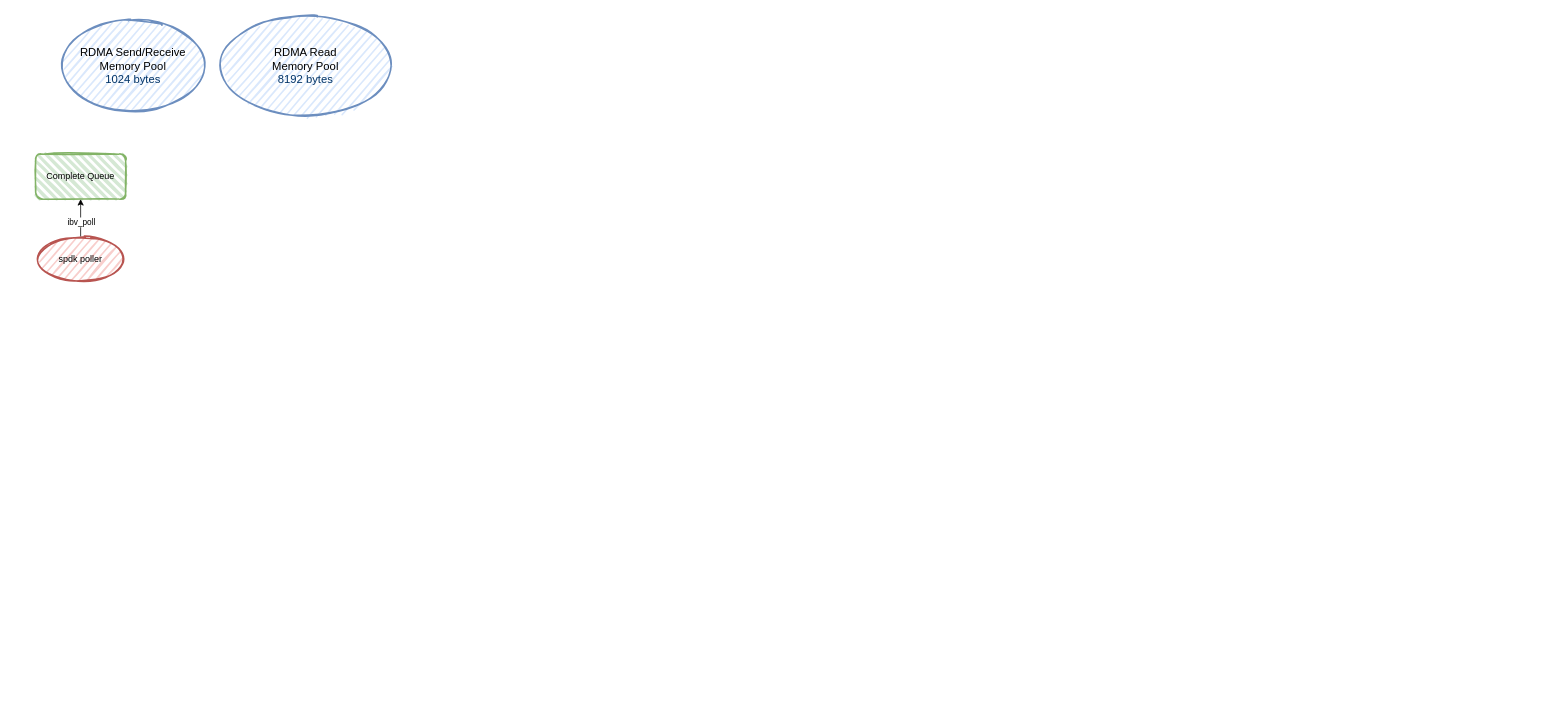
Before: 未命名绘图.drawio in bigwhite37/dhelper, a draw.io diagram. Source tidied: cells renumbered, new cells numbered last; positions are measured from the earlier drawing's top-left corner, leaving out a move shared by most shapes. Both pictures are drawn from the tidied source at 75%, with x=0, y=0 at pixel (35, 13).
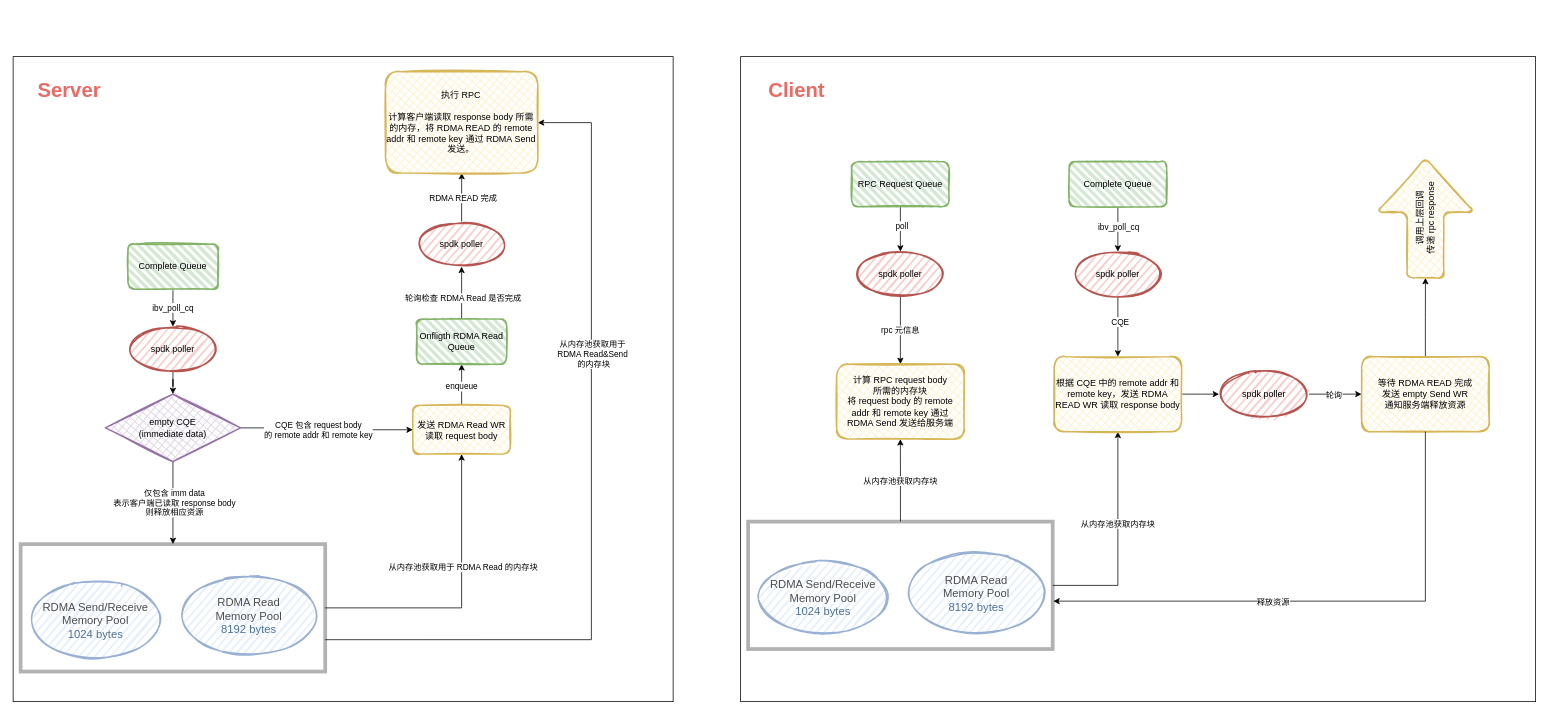
Above is the later version.

Commit message:
更新未命名绘图.drawio

What changed in the source:
```diff
@@
+    <mxCell id="8" style="edgeStyle=orthogonalEdgeStyle;rounded=0;jettySize=auto;html=1;" parent="1" edge="1" source="2" target="7">
+      <mxGeometry relative="1" as="geometry" />
+    </mxCell>
+    <mxCell id="9" value="ibv_poll_cq" style="edgeLabel;html=1;align=center;verticalAlign=middle;" parent="8" vertex="1">
+      <mxGeometry x="-0.04" y="-1" relative="1" as="geometry" />
+    </mxCell>
     <mxCell id="2" value="Complete Queue" style="rounded=1;whiteSpace=wrap;html=1;strokeWidth=2;fillWeight=4;hachureGap=8;hachureAngle=45;fillColor=#d5e8d4;sketch=1;strokeColor=#82b366;" parent="1" vertex="1">
-      <mxGeometry y="188" width="120" height="60" as="geometry" />
+      <mxGeometry x="123.1" y="308" width="120" height="60" as="geometry" />
     </mxCell>
     <mxCell id="3" value="&lt;font style=&quot;font-size: 15px;&quot;&gt;RDMA Send/Receive&lt;br&gt;Memory Pool&lt;br&gt;&lt;font color=&quot;#003366&quot;&gt;1024 bytes&lt;/font&gt;&lt;br&gt;&lt;/font&gt;" style="ellipse;whiteSpace=wrap;html=1;strokeWidth=2;fillWeight=2;hachureGap=8;fillStyle=dots;sketch=1;fillColor=#dae8fc;strokeColor=#6c8ebf;" parent="1" vertex="1">
-      <mxGeometry x="30" y="11.9" width="200" height="116.1" as="geometry" />
+      <mxGeometry x="-10" y="759.5" width="180" height="98.4" as="geometry" />
     </mxCell>
     <mxCell id="4" value="&lt;font style=&quot;font-size: 15px;&quot;&gt;RDMA Read&lt;br&gt;Memory Pool&lt;br&gt;&lt;font color=&quot;#003366&quot;&gt;8192 bytes&lt;/font&gt;&lt;br&gt;&lt;/font&gt;" style="ellipse;whiteSpace=wrap;html=1;strokeWidth=2;fillWeight=2;hachureGap=8;fillStyle=dots;sketch=1;fillColor=#dae8fc;strokeColor=#6c8ebf;shadow=0;" parent="1" vertex="1">
-      <mxGeometry x="240" y="0.3" width="240" height="139.3" as="geometry" />
+      <mxGeometry x="190" y="747.9" width="189.4" height="110" as="geometry" />
     </mxCell>
-    <mxCell id="5" style="edgeStyle=orthogonalEdgeStyle;rounded=0;jettySize=auto;html=1;" parent="1" edge="1" source="7" target="2">
-      <mxGeometry relative="1" as="geometry" />
-    </mxCell>
-    <mxCell id="6" value="ibv_poll" style="edgeLabel;html=1;align=center;verticalAlign=middle;" parent="5" vertex="1">
-      <mxGeometry x="0.44" y="-2" relative="1" as="geometry">
-        <mxPoint x="-2" y="16" as="offset" />
-      </mxGeometry>
-    </mxCell>
+    <mxCell id="10" style="edgeStyle=orthogonalEdgeStyle;rounded=0;jettySize=auto;html=1;" parent="1" edge="1" source="7" target="15">
+      <mxGeometry relative="1" as="geometry" />
+    </mxCell>
     <mxCell id="7" value="spdk poller" style="ellipse;whiteSpace=wrap;html=1;strokeWidth=2;fillWeight=2;hachureGap=8;fillColor=#f8cecc;fillStyle=dots;sketch=1;strokeColor=#b85450;" parent="1" vertex="1">
-      <mxGeometry y="298" width="120" height="60" as="geometry" />
+      <mxGeometry x="123.1" y="418" width="120" height="60" as="geometry" />
     </mxCell>
+    <mxCell id="11" style="edgeStyle=orthogonalEdgeStyle;rounded=0;jettySize=auto;html=1;" parent="1" edge="1" source="15" target="20">
+      <mxGeometry relative="1" as="geometry" />
+    </mxCell>
+    <mxCell id="12" value="仅包含 imm data&lt;br&gt;表示客户端已读取 response body&lt;br&gt;则释放相应资源" style="edgeLabel;html=1;align=center;verticalAlign=middle;" parent="11" vertex="1">
+      <mxGeometry x="-0.02" y="1" relative="1" as="geometry" />
+    </mxCell>
+    <mxCell id="13" style="edgeStyle=orthogonalEdgeStyle;rounded=0;jettySize=auto;html=1;" parent="1" edge="1" source="15" target="23">
+      <mxGeometry relative="1" as="geometry" />
+    </mxCell>
+    <mxCell id="14" value="CQE 包含 request body&lt;br&gt;的 remote addr 和 remote key" style="edgeLabel;html=1;align=center;verticalAlign=middle;" parent="13" vertex="1">
+      <mxGeometry x="-0.11" y="-2" relative="1" as="geometry" />
+    </mxCell>
+    <mxCell id="15" value="empty CQE&lt;br&gt;(immediate data)" style="rhombus;whiteSpace=wrap;html=1;strokeWidth=2;fillWeight=-1;hachureGap=8;fillStyle=cross-hatch;fillColor=#e1d5e7;sketch=1;strokeColor=#9673a6;" parent="1" vertex="1">
+      <mxGeometry x="93.1" y="508" width="180" height="90" as="geometry" />
+    </mxCell>
+    <mxCell id="16" style="edgeStyle=orthogonalEdgeStyle;rounded=0;jettySize=auto;html=1;" parent="1" edge="1" source="20" target="23">
+      <mxGeometry relative="1" as="geometry" />
+    </mxCell>
+    <mxCell id="17" value="从内存池获取用于 RDMA Read 的内存块" style="edgeLabel;html=1;align=center;verticalAlign=middle;" parent="16" vertex="1">
+      <mxGeometry x="0.22" y="-1" relative="1" as="geometry" />
+    </mxCell>
+    <mxCell id="18" style="edgeStyle=orthogonalEdgeStyle;rounded=0;jettySize=auto;html=1;exitX=1;exitY=0.75;exitDx=0;exitDy=0;" parent="1" edge="1" source="20" target="43">
+      <mxGeometry relative="1" as="geometry">
+        <Array as="points">
+          <mxPoint x="741" y="835" />
+          <mxPoint x="741" y="146" />
+        </Array>
+      </mxGeometry>
+    </mxCell>
+    <mxCell id="19" value="从内存池获取用于&amp;nbsp;&lt;br style=&quot;border-color: var(--border-color);&quot;&gt;RDMA Read&amp;amp;Send&amp;nbsp;&lt;br style=&quot;border-color: var(--border-color);&quot;&gt;的内存块" style="edgeLabel;html=1;align=center;verticalAlign=middle;" parent="18" vertex="1">
+      <mxGeometry x="0.32" y="-2" relative="1" as="geometry" />
+    </mxCell>
+    <mxCell id="20" style="rounded=0;whiteSpace=wrap;html=1;opacity=30;strokeWidth=5;" parent="1" vertex="1">
+      <mxGeometry x="-20" y="708" width="406.1" height="169.9" as="geometry" />
+    </mxCell>
+    <mxCell id="21" style="edgeStyle=orthogonalEdgeStyle;rounded=0;jettySize=auto;html=1;" parent="1" edge="1" source="23" target="39">
+      <mxGeometry relative="1" as="geometry" />
+    </mxCell>
+    <mxCell id="22" value="enqueue" style="edgeLabel;html=1;align=center;verticalAlign=middle;" parent="21" vertex="1">
+      <mxGeometry x="-0.05" y="1" relative="1" as="geometry" />
+    </mxCell>
+    <mxCell id="23" value="发送 RDMA Read WR&lt;br&gt;读取 request body" style="rounded=1;whiteSpace=wrap;html=1;fillColor=#fff2cc;strokeColor=#d6b656;strokeWidth=2;fillWeight=-1;hachureGap=8;fillStyle=cross-hatch;sketch=1;" parent="1" vertex="1">
+      <mxGeometry x="503" y="523" width="130" height="65" as="geometry" />
+    </mxCell>
+    <mxCell id="24" style="edgeStyle=orthogonalEdgeStyle;rounded=0;jettySize=auto;html=1;" parent="1" edge="1" source="26" target="28">
+      <mxGeometry relative="1" as="geometry" />
+    </mxCell>
+    <mxCell id="25" value="poll" style="edgeLabel;html=1;align=center;verticalAlign=middle;" parent="24" vertex="1">
+      <mxGeometry x="-0.17" y="1" relative="1" as="geometry" />
+    </mxCell>
+    <mxCell id="26" value="RPC Request Queue" style="rounded=1;whiteSpace=wrap;html=1;strokeWidth=2;fillWeight=4;hachureGap=8;hachureAngle=45;fillColor=#d5e8d4;sketch=1;strokeColor=#82b366;" parent="1" vertex="1">
+      <mxGeometry x="1088" y="198" width="130" height="60" as="geometry" />
+    </mxCell>
+    <mxCell id="27" value="rpc 元信息" style="edgeStyle=orthogonalEdgeStyle;rounded=0;jettySize=auto;html=1;" parent="1" edge="1" source="28" target="29">
+      <mxGeometry relative="1" as="geometry" />
+    </mxCell>
+    <mxCell id="28" value="spdk poller" style="ellipse;whiteSpace=wrap;html=1;strokeWidth=2;fillWeight=2;hachureGap=8;fillColor=#f8cecc;fillStyle=dots;sketch=1;strokeColor=#b85450;" parent="1" vertex="1">
+      <mxGeometry x="1093" y="318" width="120" height="60" as="geometry" />
+    </mxCell>
+    <mxCell id="29" value="计算 RPC request body&lt;br&gt;所需的内存块&lt;br&gt;将 request body 的 remote addr 和 remote key 通过 RDMA Send 发送给服务端" style="rounded=1;whiteSpace=wrap;html=1;fillColor=#fff2cc;strokeColor=#d6b656;strokeWidth=2;fillWeight=-1;hachureGap=8;fillStyle=cross-hatch;sketch=1;" parent="1" vertex="1">
+      <mxGeometry x="1068" y="468" width="170" height="100" as="geometry" />
+    </mxCell>
+    <mxCell id="30" value="&lt;font style=&quot;font-size: 15px;&quot;&gt;RDMA Send/Receive&lt;br&gt;Memory Pool&lt;br&gt;&lt;font color=&quot;#003366&quot;&gt;1024 bytes&lt;/font&gt;&lt;br&gt;&lt;/font&gt;" style="ellipse;whiteSpace=wrap;html=1;strokeWidth=2;fillWeight=2;hachureGap=8;fillStyle=dots;sketch=1;fillColor=#dae8fc;strokeColor=#6c8ebf;" parent="1" vertex="1">
+      <mxGeometry x="960" y="729.5" width="180" height="98.4" as="geometry" />
+    </mxCell>
+    <mxCell id="31" value="&lt;font style=&quot;font-size: 15px;&quot;&gt;RDMA Read&lt;br&gt;Memory Pool&lt;br&gt;&lt;font color=&quot;#003366&quot;&gt;8192 bytes&lt;/font&gt;&lt;br&gt;&lt;/font&gt;" style="ellipse;whiteSpace=wrap;html=1;strokeWidth=2;fillWeight=2;hachureGap=8;fillStyle=dots;sketch=1;fillColor=#dae8fc;strokeColor=#6c8ebf;shadow=0;" parent="1" vertex="1">
+      <mxGeometry x="1160" y="717.9" width="189.4" height="110" as="geometry" />
+    </mxCell>
+    <mxCell id="32" style="edgeStyle=orthogonalEdgeStyle;rounded=0;jettySize=auto;html=1;" parent="1" edge="1" source="36" target="29">
+      <mxGeometry relative="1" as="geometry" />
+    </mxCell>
+    <mxCell id="33" value="从内存池获取内存块" style="edgeLabel;html=1;align=center;verticalAlign=middle;" parent="32" vertex="1">
+      <mxGeometry y="1" relative="1" as="geometry" />
+    </mxCell>
+    <mxCell id="34" style="edgeStyle=orthogonalEdgeStyle;rounded=0;jettySize=auto;html=1;" parent="1" edge="1" source="36" target="51">
+      <mxGeometry relative="1" as="geometry" />
+    </mxCell>
+    <mxCell id="35" value="从内存池获取内存块" style="edgeLabel;html=1;align=center;verticalAlign=middle;" parent="34" vertex="1">
+      <mxGeometry x="0.16" y="1" relative="1" as="geometry" />
+    </mxCell>
+    <mxCell id="36" style="rounded=0;whiteSpace=wrap;html=1;opacity=30;strokeWidth=5;" parent="1" vertex="1">
+      <mxGeometry x="950" y="678" width="406.1" height="169.9" as="geometry" />
+    </mxCell>
+    <mxCell id="37" style="edgeStyle=orthogonalEdgeStyle;rounded=0;jettySize=auto;html=1;" parent="1" edge="1" source="39" target="42">
+      <mxGeometry relative="1" as="geometry" />
+    </mxCell>
+    <mxCell id="38" value="轮询检查 RDMA Read 是否完成" style="edgeLabel;html=1;align=center;verticalAlign=middle;" parent="37" vertex="1">
+      <mxGeometry x="-0.17" y="-1" relative="1" as="geometry" />
+    </mxCell>
+    <mxCell id="39" value="Onfligth RDMA Read Queue" style="rounded=1;whiteSpace=wrap;html=1;strokeWidth=2;fillWeight=4;hachureGap=8;hachureAngle=45;fillColor=#d5e8d4;sketch=1;strokeColor=#82b366;" parent="1" vertex="1">
+      <mxGeometry x="508" y="408" width="120" height="60" as="geometry" />
+    </mxCell>
+    <mxCell id="40" style="edgeStyle=orthogonalEdgeStyle;rounded=0;jettySize=auto;html=1;" parent="1" edge="1" source="42" target="43">
+      <mxGeometry relative="1" as="geometry" />
+    </mxCell>
+    <mxCell id="41" value="RDMA READ 完成" style="edgeLabel;html=1;align=center;verticalAlign=middle;" parent="40" vertex="1">
+      <mxGeometry x="-0.02" y="-1" relative="1" as="geometry" />
+    </mxCell>
+    <mxCell id="42" value="spdk poller" style="ellipse;whiteSpace=wrap;html=1;strokeWidth=2;fillWeight=2;hachureGap=8;fillColor=#f8cecc;fillStyle=dots;sketch=1;strokeColor=#b85450;" parent="1" vertex="1">
+      <mxGeometry x="508" y="278" width="120" height="60" as="geometry" />
+    </mxCell>
+    <mxCell id="43" value="执行 RPC&lt;br&gt;&lt;br&gt;计算客户端读取 response body 所需的内存，将 RDMA READ 的 remote addr 和 remote key 通过 RDMA Send 发送。" style="rounded=1;whiteSpace=wrap;html=1;fillColor=#fff2cc;strokeColor=#d6b656;strokeWidth=2;fillWeight=-1;hachureGap=8;fillStyle=cross-hatch;sketch=1;" parent="1" vertex="1">
+      <mxGeometry x="466.5" y="78" width="203.1" height="135" as="geometry" />
+    </mxCell>
+    <mxCell id="44" style="edgeStyle=orthogonalEdgeStyle;rounded=0;jettySize=auto;html=1;" parent="1" edge="1" source="46" target="49">
+      <mxGeometry relative="1" as="geometry" />
+    </mxCell>
+    <mxCell id="45" value="ibv_poll_cq" style="edgeLabel;html=1;align=center;verticalAlign=middle;" parent="44" vertex="1">
+      <mxGeometry x="-0.13" relative="1" as="geometry" />
+    </mxCell>
+    <mxCell id="46" value="Complete Queue" style="rounded=1;whiteSpace=wrap;html=1;strokeWidth=2;fillWeight=4;hachureGap=8;hachureAngle=45;fillColor=#d5e8d4;sketch=1;strokeColor=#82b366;" parent="1" vertex="1">
+      <mxGeometry x="1378" y="198" width="130" height="60" as="geometry" />
+    </mxCell>
+    <mxCell id="47" style="edgeStyle=orthogonalEdgeStyle;rounded=0;jettySize=auto;html=1;" parent="1" edge="1" source="49" target="51">
+      <mxGeometry relative="1" as="geometry" />
+    </mxCell>
+    <mxCell id="48" value="CQE" style="edgeLabel;html=1;align=center;verticalAlign=middle;" parent="47" vertex="1">
+      <mxGeometry x="-0.17" y="2" relative="1" as="geometry" />
+    </mxCell>
+    <mxCell id="49" value="spdk poller" style="ellipse;whiteSpace=wrap;html=1;strokeWidth=2;fillWeight=2;hachureGap=8;fillColor=#f8cecc;fillStyle=dots;sketch=1;strokeColor=#b85450;" parent="1" vertex="1">
+      <mxGeometry x="1383" y="318" width="120" height="60" as="geometry" />
+    </mxCell>
+    <mxCell id="50" style="edgeStyle=orthogonalEdgeStyle;rounded=0;jettySize=auto;html=1;" parent="1" edge="1" source="51">
+      <mxGeometry relative="1" as="geometry">
+        <mxPoint x="1578" y="508" as="targetPoint" />
+      </mxGeometry>
+    </mxCell>
+    <mxCell id="51" value="根据 CQE 中的 remote addr 和 remote key，发送 RDMA READ WR 读取 response body" style="rounded=1;whiteSpace=wrap;html=1;fillColor=#fff2cc;strokeColor=#d6b656;strokeWidth=2;fillWeight=-1;hachureGap=8;fillStyle=cross-hatch;sketch=1;" parent="1" vertex="1">
+      <mxGeometry x="1358" y="458" width="170" height="100" as="geometry" />
+    </mxCell>
+    <mxCell id="52" style="edgeStyle=orthogonalEdgeStyle;rounded=0;jettySize=auto;html=1;" parent="1" edge="1" source="54" target="56">
+      <mxGeometry relative="1" as="geometry" />
+    </mxCell>
+    <mxCell id="53" value="轮询" style="edgeLabel;html=1;align=center;verticalAlign=middle;" parent="52" vertex="1">
+      <mxGeometry x="-0.09" y="-1" relative="1" as="geometry" />
+    </mxCell>
+    <mxCell id="54" value="spdk poller" style="ellipse;whiteSpace=wrap;html=1;strokeWidth=2;fillWeight=2;hachureGap=8;fillColor=#f8cecc;fillStyle=dots;sketch=1;strokeColor=#b85450;" parent="1" vertex="1">
+      <mxGeometry x="1578" y="478" width="120" height="60" as="geometry" />
+    </mxCell>
+    <mxCell id="55" style="edgeStyle=orthogonalEdgeStyle;rounded=0;jettySize=auto;html=1;" parent="1" edge="1" source="56" target="59">
+      <mxGeometry relative="1" as="geometry" />
+    </mxCell>
+    <mxCell id="56" value="等待 RDMA READ 完成&lt;br&gt;发送 empty Send WR&lt;br&gt;通知服务端释放资源" style="rounded=1;whiteSpace=wrap;html=1;fillColor=#fff2cc;strokeColor=#d6b656;strokeWidth=2;fillWeight=-1;hachureGap=8;fillStyle=cross-hatch;sketch=1;" parent="1" vertex="1">
+      <mxGeometry x="1768" y="458" width="170" height="100" as="geometry" />
+    </mxCell>
+    <mxCell id="57" style="endArrow=classic;html=1;rounded=0;exitX=0.5;exitY=1;exitDx=0;exitDy=0;entryX=1.002;entryY=0.624;entryDx=0;entryDy=0;entryPerimeter=0;" parent="1" edge="1" source="56" target="36">
+      <mxGeometry relative="1" as="geometry">
+        <Array as="points">
+          <mxPoint x="1853" y="784" />
+        </Array>
+      </mxGeometry>
+    </mxCell>
+    <mxCell id="58" value="释放资源" style="edgeLabel;html=1;align=center;verticalAlign=middle;" parent="57" vertex="1">
+      <mxGeometry x="0.19" y="1" relative="1" as="geometry" />
+    </mxCell>
+    <mxCell id="59" value="调用上层回调&lt;br&gt;传递 rpc response" style="shape=singleArrow;whiteSpace=wrap;html=1;arrowWidth=0.375;arrowSize=0.45384615384615384;fillColor=#fff2cc;strokeColor=#d6b656;rounded=1;strokeWidth=2;fillWeight=-1;hachureGap=8;fillStyle=cross-hatch;sketch=1;rotation=-90;" parent="1" vertex="1">
+      <mxGeometry x="1773.1" y="208" width="160" height="130" as="geometry" />
+    </mxCell>
+    <mxCell id="60" style="rounded=0;whiteSpace=wrap;html=1;strokeWidth=1;fillColor=none;" parent="1" vertex="1">
+      <mxGeometry x="940" y="58" width="1060" height="860" as="geometry" />
+    </mxCell>
+    <mxCell id="61" value="&lt;h1&gt;&lt;font color=&quot;#ea6b66&quot; style=&quot;font-size: 27px;&quot;&gt;&lt;b&gt;Client&lt;/b&gt;&lt;/font&gt;&lt;/h1&gt;" style="text;html=1;strokeColor=none;fillColor=none;align=center;verticalAlign=middle;whiteSpace=wrap;rounded=0;" parent="1" vertex="1">
+      <mxGeometry x="950" y="78" width="130" height="50" as="geometry" />
+    </mxCell>
+    <mxCell id="62" style="rounded=0;whiteSpace=wrap;html=1;strokeWidth=1;fillColor=none;" parent="1" vertex="1">
+      <mxGeometry x="-30" y="58" width="880" height="860" as="geometry" />
+    </mxCell>
+    <mxCell id="63" value="&lt;h1&gt;&lt;font color=&quot;#ea6b66&quot;&gt;&lt;span style=&quot;caret-color: rgb(234, 107, 102); font-size: 27px;&quot;&gt;Server&lt;/span&gt;&lt;/font&gt;&lt;/h1&gt;" style="text;html=1;strokeColor=none;fillColor=none;align=center;verticalAlign=middle;whiteSpace=wrap;rounded=0;" parent="1" vertex="1">
+      <mxGeometry x="-20" y="78" width="130" height="50" as="geometry" />
+    </mxCell>
```
